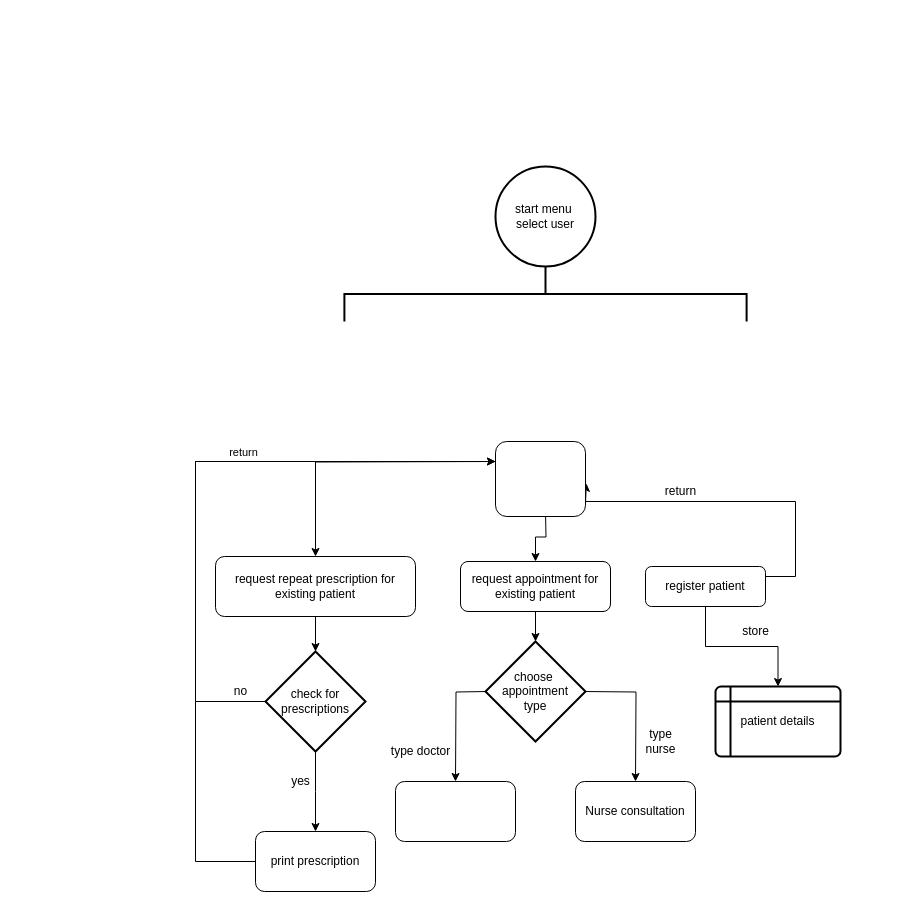
This is Untitled Diagram.drawio from Richard-A-llen/Python, a draw.io file, before an edit. Source tidied: cells renumbered, new cells numbered last; positions are measured from the earlier drawing's top-left corner, leaving out a move shared by most shapes. Both pictures are drawn from the tidied source at 100%, with x=0, y=0 at pixel (195, 92).
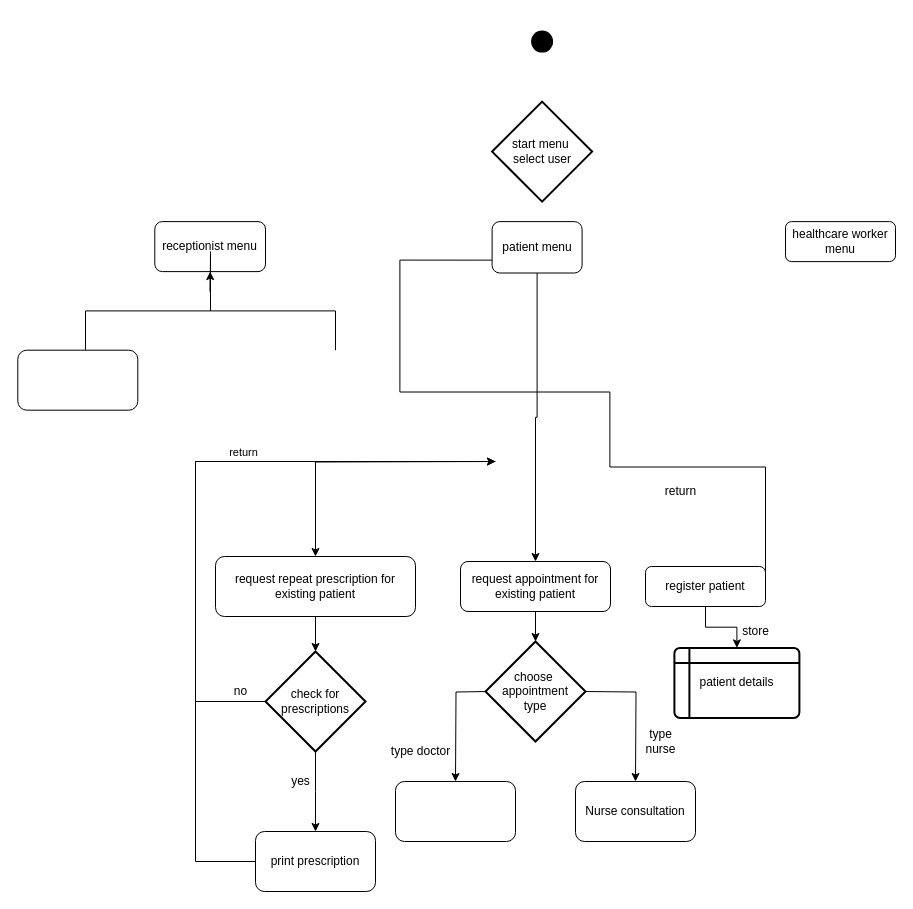
The same page after the edit.

The change refers to these unchanged cells:
```xml
<mxCell id="4" value="register patient" style="rounded=1;whiteSpace=wrap;html=1;fontSize=12;glass=0;strokeWidth=1;shadow=0;" parent="1" vertex="1">
  <mxGeometry x="450" y="474" width="120" height="40" as="geometry" />
</mxCell>
<mxCell id="12" value="request appointment for existing patient" style="rounded=1;whiteSpace=wrap;html=1;" parent="1" vertex="1">
  <mxGeometry x="265" y="469" width="150" height="50" as="geometry" />
</mxCell>
```

Diff of the diagram source:
```diff
@@
-    <mxCell id="2" style="edgeStyle=orthogonalEdgeStyle;rounded=0;jettySize=auto;html=1;exitX=1;exitY=0.25;exitDx=0;exitDy=0;entryX=0.908;entryY=0.718;entryDx=0;entryDy=0;entryPerimeter=0;" parent="1" edge="1" source="4">
+    <mxCell id="2" style="edgeStyle=orthogonalEdgeStyle;rounded=0;jettySize=auto;html=1;exitX=1;exitY=0.25;exitDx=0;exitDy=0;entryX=1;entryY=0.75;entryDx=0;entryDy=0;" parent="1" edge="1" source="4" target="31">
       <mxGeometry relative="1" as="geometry">
-        <mxPoint x="390.8" y="390.8" as="targetPoint" />
         <Array as="points">
-          <mxPoint x="600" y="484" />
-          <mxPoint x="600" y="409" />
-          <mxPoint x="390" y="409" />
-          <mxPoint x="390" y="411" />
+          <mxPoint x="414.4" y="374.5" />
+          <mxPoint x="414.4" y="299.5" />
+          <mxPoint x="204.4" y="299.5" />
         </Array>
       </mxGeometry>
     </mxCell>
@@
     <mxCell id="15" value="patient details" style="shape=internalStorage;whiteSpace=wrap;html=1;dx=15;dy=15;rounded=1;arcSize=8;strokeWidth=2;" parent="1" vertex="1">
-      <mxGeometry x="520" y="594" width="125" height="70" as="geometry" />
+      <mxGeometry x="478.9" y="555.4" width="125" height="70" as="geometry" />
     </mxCell>
@@
-    <mxCell id="18" style="edgeStyle=orthogonalEdgeStyle;rounded=0;jettySize=auto;html=1;" parent="1" edge="1" target="12">
-      <mxGeometry relative="1" as="geometry">
-        <mxPoint x="350" y="419" as="sourcePoint" />
-      </mxGeometry>
+    <mxCell id="18" style="edgeStyle=orthogonalEdgeStyle;rounded=0;jettySize=auto;html=1;" parent="1" edge="1" source="31" target="12">
+      <mxGeometry relative="1" as="geometry" />
     </mxCell>
@@
+    <mxCell id="31" value="patient menu" style="rounded=1;whiteSpace=wrap;html=1;" parent="1" vertex="1">
+      <mxGeometry x="296.6" y="129.1" width="90" height="51.4" as="geometry" />
+    </mxCell>
+    <mxCell id="32" value="healthcare worker&lt;br&gt;menu" style="rounded=1;whiteSpace=wrap;html=1;" parent="1" vertex="1">
+      <mxGeometry x="590" y="129.1" width="110" height="40" as="geometry" />
+    </mxCell>
-    <mxCell id="29" value="start menu&amp;nbsp;&lt;br&gt;select user" style="strokeWidth=2;html=1;shape=mxgraph.flowchart.start_2;whiteSpace=wrap;rounded=1;" parent="1" vertex="1">
-      <mxGeometry x="300" y="74" width="100" height="100" as="geometry" />
+    <mxCell id="29" value="&lt;span&gt;start menu&amp;nbsp;&lt;/span&gt;&lt;br&gt;&lt;span&gt;select user&lt;/span&gt;" style="strokeWidth=2;html=1;shape=mxgraph.flowchart.decision;whiteSpace=wrap;rounded=1;" parent="1" vertex="1">
+      <mxGeometry x="296.6" y="9.1" width="100" height="100" as="geometry" />
     </mxCell>
-    <mxCell id="30" style="strokeWidth=2;html=1;shape=mxgraph.flowchart.annotation_2;align=left;labelPosition=right;rounded=1;rotation=90;" parent="1" vertex="1">
-      <mxGeometry x="322.5" y="0.4" width="55" height="402.2" as="geometry" />
-    </mxCell>
-    <mxCell id="31" style="rounded=1;whiteSpace=wrap;html=1;" parent="1" vertex="1">
-      <mxGeometry x="300" y="349" width="90" height="75" as="geometry" />
-    </mxCell>
+    <mxCell id="33" style="shape=waypoint;sketch=0;size=6;fillColor=none;perimeter=centerPerimeter;rounded=1;strokeWidth=9;" parent="1" vertex="1">
+      <mxGeometry x="326.6" y="-70.9" width="40" height="40" as="geometry" />
+    </mxCell>
+    <mxCell id="34" value="receptionist menu" style="rounded=1;whiteSpace=wrap;html=1;strokeWidth=1;" parent="1" vertex="1">
+      <mxGeometry x="-40.7" y="129.1" width="110.7" height="50" as="geometry" />
+    </mxCell>
+    <mxCell id="35" style="edgeStyle=orthogonalEdgeStyle;rounded=0;jettySize=auto;html=1;" parent="1" edge="1" source="36" target="34">
+      <mxGeometry relative="1" as="geometry" />
+    </mxCell>
+    <mxCell id="36" style="strokeWidth=1;html=1;shape=mxgraph.flowchart.annotation_2;align=left;labelPosition=right;rounded=1;direction=south;" parent="1" vertex="1">
+      <mxGeometry x="-110" y="179.1" width="250" height="78.6" as="geometry" />
+    </mxCell>
+    <mxCell id="37" style="rounded=1;whiteSpace=wrap;html=1;strokeWidth=1;" parent="1" vertex="1">
+      <mxGeometry x="-177.7" y="257.7" width="120" height="60" as="geometry" />
+    </mxCell>
```
